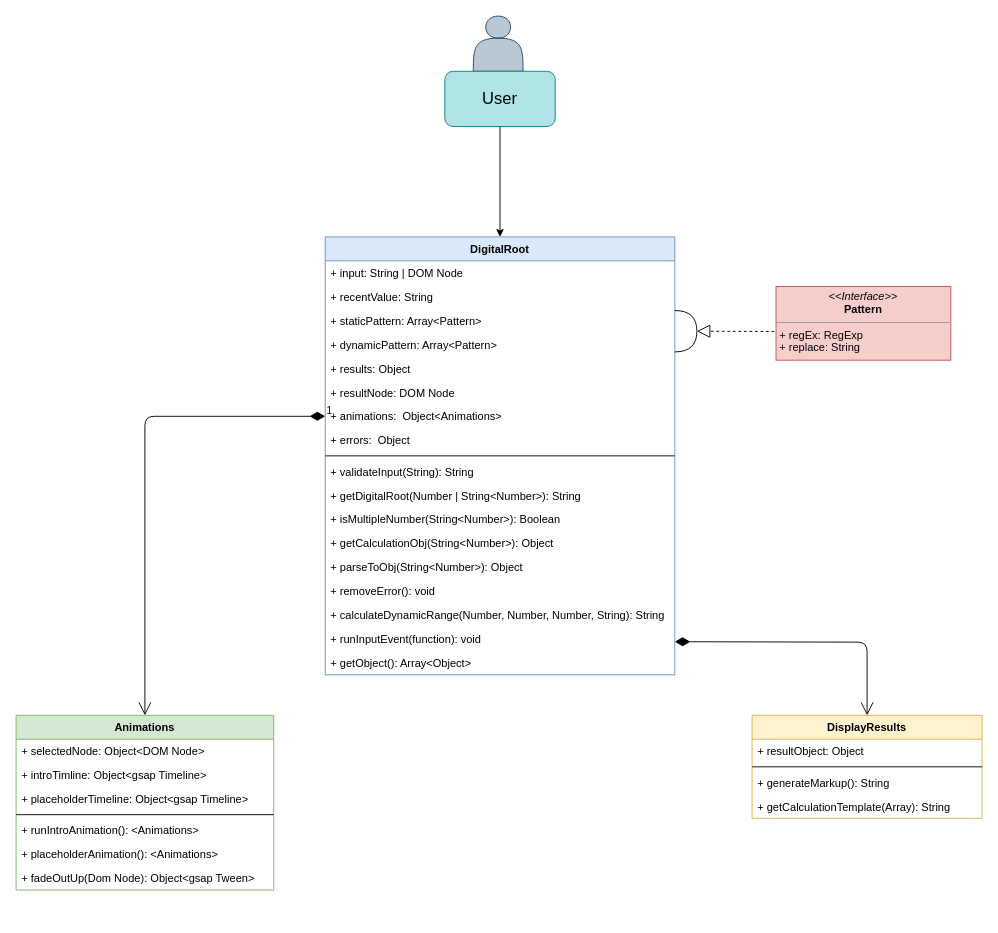
Earlier version of the draw.io diagram UML.drawio (fahimfaisaal/Digital-root-calculator). Source tidied: cells renumbered, new cells numbered last; positions are measured from the earlier drawing's top-left corner, leaving out a move shared by most shapes. Both pictures are drawn from the tidied source at 92%, with x=0, y=0 at pixel (16, 16).
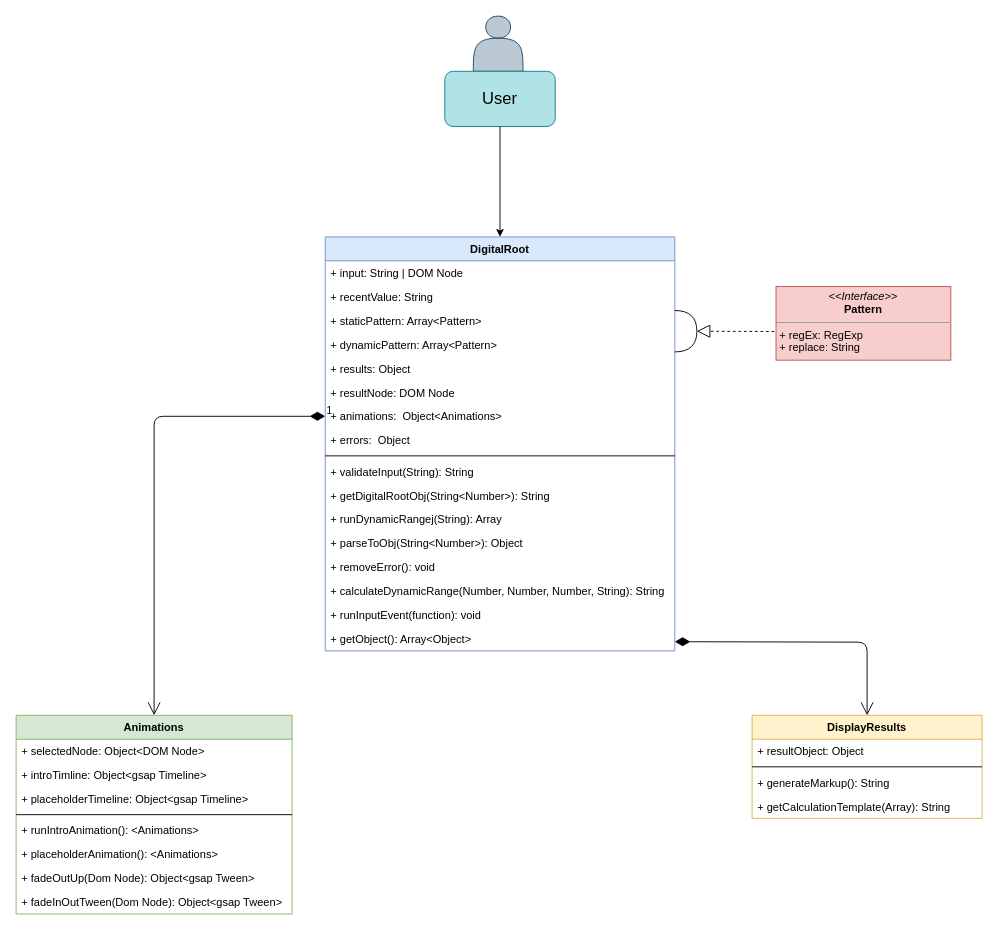
Above is the later version.

The edit, as a diff of the source:
```diff
@@
     <mxCell id="7" value="Animations" style="swimlane;fontStyle=1;align=center;verticalAlign=top;horizontal=1;startSize=26;fillColor=#d5e8d4;strokeColor=#82b366;" parent="1" vertex="1">
-      <mxGeometry y="760" width="280" height="190" as="geometry" />
+      <mxGeometry y="760" width="300" height="216" as="geometry" />
     </mxCell>
     <mxCell id="8" value="+ selectedNode: Object&lt;DOM Node&gt;" style="text;strokeColor=none;fillColor=none;align=left;verticalAlign=top;spacingLeft=4;spacingRight=4;overflow=hidden;" parent="7" vertex="1">
-      <mxGeometry y="26" width="280" height="26" as="geometry" />
+      <mxGeometry y="26" width="300" height="26" as="geometry" />
     </mxCell>
     <mxCell id="9" value="+ introTimline: Object&lt;gsap Timeline&gt;" style="text;strokeColor=none;fillColor=none;align=left;verticalAlign=top;spacingLeft=4;spacingRight=4;overflow=hidden;" parent="7" vertex="1">
-      <mxGeometry y="52" width="280" height="26" as="geometry" />
+      <mxGeometry y="52" width="300" height="26" as="geometry" />
     </mxCell>
     <mxCell id="10" value="+ placeholderTimeline: Object&lt;gsap Timeline&gt;" style="text;strokeColor=none;fillColor=none;align=left;verticalAlign=top;spacingLeft=4;spacingRight=4;overflow=hidden;" parent="7" vertex="1">
-      <mxGeometry y="78" width="280" height="26" as="geometry" />
+      <mxGeometry y="78" width="300" height="26" as="geometry" />
     </mxCell>
     <mxCell id="11" style="line;strokeWidth=1;fillColor=none;align=left;verticalAlign=middle;spacingTop=-1;spacingLeft=3;spacingRight=3;labelPosition=right;" parent="7" vertex="1">
-      <mxGeometry y="104" width="280" height="8" as="geometry" />
+      <mxGeometry y="104" width="300" height="8" as="geometry" />
     </mxCell>
     <mxCell id="12" value="+ runIntroAnimation(): &lt;Animations&gt;" style="text;strokeColor=none;fillColor=none;align=left;verticalAlign=top;spacingLeft=4;spacingRight=4;overflow=hidden;" parent="7" vertex="1">
-      <mxGeometry y="112" width="280" height="26" as="geometry" />
+      <mxGeometry y="112" width="300" height="26" as="geometry" />
     </mxCell>
     <mxCell id="13" value="+ placeholderAnimation(): &lt;Animations&gt;" style="text;strokeColor=none;fillColor=none;align=left;verticalAlign=top;spacingLeft=4;spacingRight=4;overflow=hidden;" parent="7" vertex="1">
-      <mxGeometry y="138" width="280" height="26" as="geometry" />
+      <mxGeometry y="138" width="300" height="26" as="geometry" />
     </mxCell>
     <mxCell id="14" value="+ fadeOutUp(Dom Node): Object&lt;gsap Tween&gt;" style="text;strokeColor=none;fillColor=none;align=left;verticalAlign=top;spacingLeft=4;spacingRight=4;overflow=hidden;" parent="7" vertex="1">
-      <mxGeometry y="164" width="280" height="26" as="geometry" />
+      <mxGeometry y="164" width="300" height="26" as="geometry" />
     </mxCell>
+    <mxCell id="43" value="+ fadeInOutTween(Dom Node): Object&lt;gsap Tween&gt;" style="text;strokeColor=none;fillColor=none;align=left;verticalAlign=top;spacingLeft=4;spacingRight=4;overflow=hidden;" parent="7" vertex="1">
+      <mxGeometry y="190" width="300" height="26" as="geometry" />
+    </mxCell>
@@
     <mxCell id="16" value="DigitalRoot" style="swimlane;fontStyle=1;align=center;verticalAlign=top;horizontal=1;startSize=26;fillColor=#dae8fc;strokeColor=#6c8ebf;" parent="1" vertex="1">
-      <mxGeometry x="336" y="240" width="380" height="476" as="geometry" />
+      <mxGeometry x="336" y="240" width="380" height="450" as="geometry" />
     </mxCell>
@@
-    <mxCell id="27" value="+ getDigitalRoot(Number | String&lt;Number&gt;): String" style="text;strokeColor=none;fillColor=none;align=left;verticalAlign=top;spacingLeft=4;spacingRight=4;overflow=hidden;" parent="16" vertex="1">
+    <mxCell id="27" value="+ getDigitalRootObj(String&lt;Number&gt;): String" style="text;strokeColor=none;fillColor=none;align=left;verticalAlign=top;spacingLeft=4;spacingRight=4;overflow=hidden;" parent="16" vertex="1">
       <mxGeometry y="268" width="380" height="26" as="geometry" />
     </mxCell>
-    <mxCell id="28" value="+ isMultipleNumber(String&lt;Number&gt;): Boolean" style="text;strokeColor=none;fillColor=none;align=left;verticalAlign=top;spacingLeft=4;spacingRight=4;overflow=hidden;" parent="16" vertex="1">
-      <mxGeometry y="294" width="380" height="26" as="geometry" />
-    </mxCell>
-    <mxCell id="29" value="+ getCalculationObj(String&lt;Number&gt;): Object" style="text;strokeColor=none;fillColor=none;align=left;verticalAlign=top;spacingLeft=4;spacingRight=4;overflow=hidden;" parent="16" vertex="1">
-      <mxGeometry y="320" width="380" height="26" as="geometry" />
+    <mxCell id="29" value="+ runDynamicRangej(String): Array" style="text;strokeColor=none;fillColor=none;align=left;verticalAlign=top;spacingLeft=4;spacingRight=4;overflow=hidden;" parent="16" vertex="1">
+      <mxGeometry y="294" width="380" height="26" as="geometry" />
     </mxCell>
     <mxCell id="30" value="+ parseToObj(String&lt;Number&gt;): Object" style="text;strokeColor=none;fillColor=none;align=left;verticalAlign=top;spacingLeft=4;spacingRight=4;overflow=hidden;" parent="16" vertex="1">
-      <mxGeometry y="346" width="380" height="26" as="geometry" />
+      <mxGeometry y="320" width="380" height="26" as="geometry" />
     </mxCell>
     <mxCell id="31" value="+ removeError(): void" style="text;strokeColor=none;fillColor=none;align=left;verticalAlign=top;spacingLeft=4;spacingRight=4;overflow=hidden;" parent="16" vertex="1">
-      <mxGeometry y="372" width="380" height="26" as="geometry" />
+      <mxGeometry y="346" width="380" height="26" as="geometry" />
     </mxCell>
     <mxCell id="32" value="+ calculateDynamicRange(Number, Number, Number, String): String" style="text;strokeColor=none;fillColor=none;align=left;verticalAlign=top;spacingLeft=4;spacingRight=4;overflow=hidden;" parent="16" vertex="1">
-      <mxGeometry y="398" width="380" height="26" as="geometry" />
+      <mxGeometry y="372" width="380" height="26" as="geometry" />
     </mxCell>
     <mxCell id="33" value="+ runInputEvent(function): void" style="text;strokeColor=none;fillColor=none;align=left;verticalAlign=top;spacingLeft=4;spacingRight=4;overflow=hidden;" parent="16" vertex="1">
-      <mxGeometry y="424" width="380" height="26" as="geometry" />
+      <mxGeometry y="398" width="380" height="26" as="geometry" />
     </mxCell>
     <mxCell id="34" value="+ getObject(): Array&lt;Object&gt;" style="text;strokeColor=none;fillColor=none;align=left;verticalAlign=top;spacingLeft=4;spacingRight=4;overflow=hidden;" parent="16" vertex="1">
-      <mxGeometry y="450" width="380" height="26" as="geometry" />
+      <mxGeometry y="424" width="380" height="26" as="geometry" />
     </mxCell>
```
